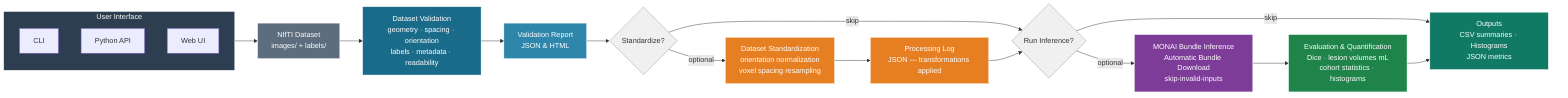
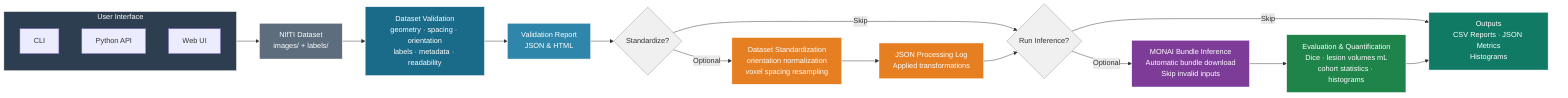
flowchart LR
    subgraph UI[User Interface]
        A1[CLI] & A2[Python API] & A3[Web UI]
    end

    UI --> B[NIfTI Dataset\nimages/ + labels/]

    B --> C[Dataset Validation\ngeometry · spacing · orientation\nlabels · metadata · readability]

    C --> D[Validation Report\nJSON & HTML]

    D --> E{Standardize?}

-     E -->|optional| F[Dataset Standardization\norientation normalization\nvoxel spacing resampling]
-     F --> G[Processing Log\nJSON — transformations applied]
+     E -->|Optional| F[Dataset Standardization\norientation normalization\nvoxel spacing resampling]
+     F --> G[JSON Processing Log\nApplied transformations]

-     E -->|skip| H{Run Inference?}
+     E -->|Skip| H{Run Inference?}

    G --> H

-     H -->|optional| I[MONAI Bundle Inference\nAutomatic Bundle Download\nskip-invalid-inputs]
+     H -->|Optional| I[MONAI Bundle Inference\nAutomatic bundle download\nSkip invalid inputs]
    I --> J[Evaluation & Quantification\nDice · lesion volumes mL\ncohort statistics · histograms]

-     H -->|skip| K[Outputs\nCSV summaries · Histograms\nJSON metrics]
+     H -->|Skip| K[Outputs\nCSV Reports · JSON Metrics\nHistograms]

    J --> K

    style UI fill:#2C3E50,color:#fff,stroke:#fff
    style B fill:#5D6D7E,color:#fff,stroke:#fff
    style C fill:#1A6B8A,color:#fff,stroke:#fff,padding:20px
    style D fill:#2E86AB,color:#fff,stroke:#fff
    style E fill:#f0f0f0,color:#333,stroke:#999
    style F fill:#E67E22,color:#fff,stroke:#fff
    style G fill:#E67E22,color:#fff,stroke:#fff
    style H fill:#f0f0f0,color:#333,stroke:#999
    style I fill:#7D3C98,color:#fff,stroke:#fff
    style J fill:#1E8449,color:#fff,stroke:#fff
    style K fill:#117A65,color:#fff,stroke:#fff
